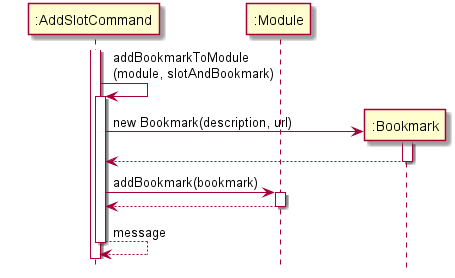
Before: docs/diagrams/addSlotSequenceDiagram3.png, a diagram exported from PlantUML (nus-cs2113-AY2021S1/tp).
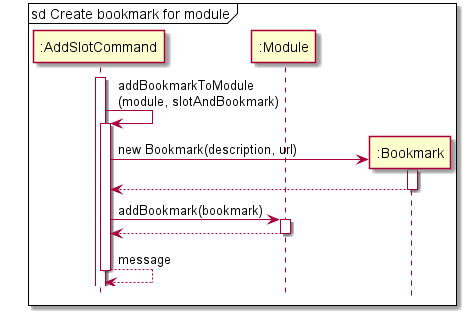
The same file after the commit.

Change to the diagram source:
```diff
@@ -1,6 +1,8 @@
 @startuml
 hide footbox
 skinparam ParticipantPadding 20
+
+mainframe sd Create bookmark for module
 
 participant ":AddSlotCommand" as AddSlotCommand
 participant ":Module" as Module
```
